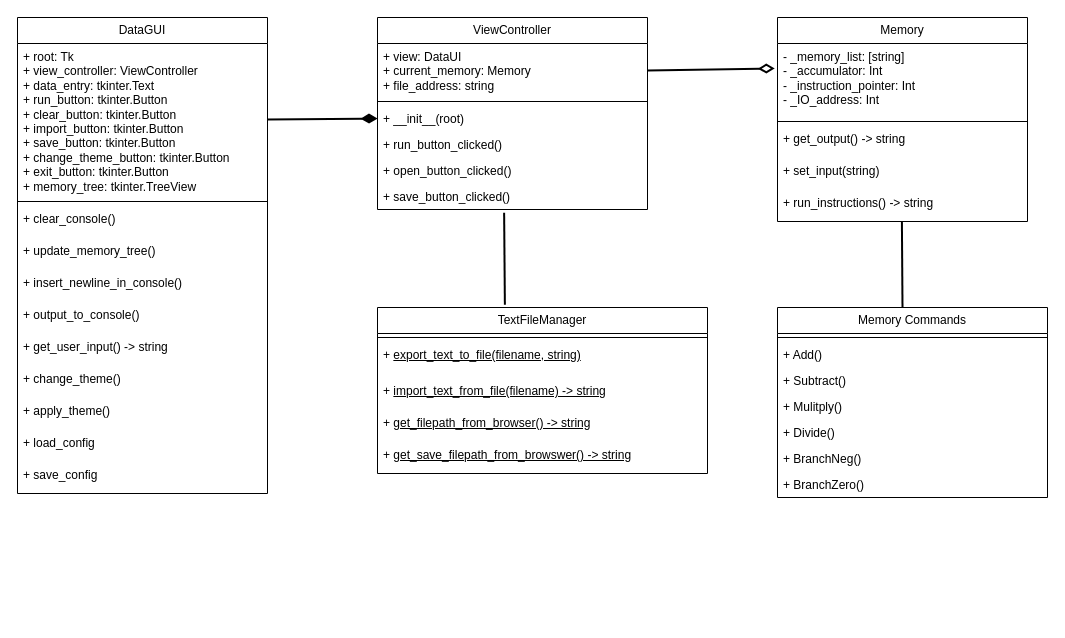
The draw.io diagram docs/wireframes/UML.drawio in Keatongull/GroupProject2450, before the edit. Source tidied: cells renumbered, new cells numbered last; positions are measured from the earlier drawing's top-left corner, leaving out a move shared by most shapes. Both pictures are drawn from the tidied source at 100%, with x=0, y=0 at pixel (17, 17).
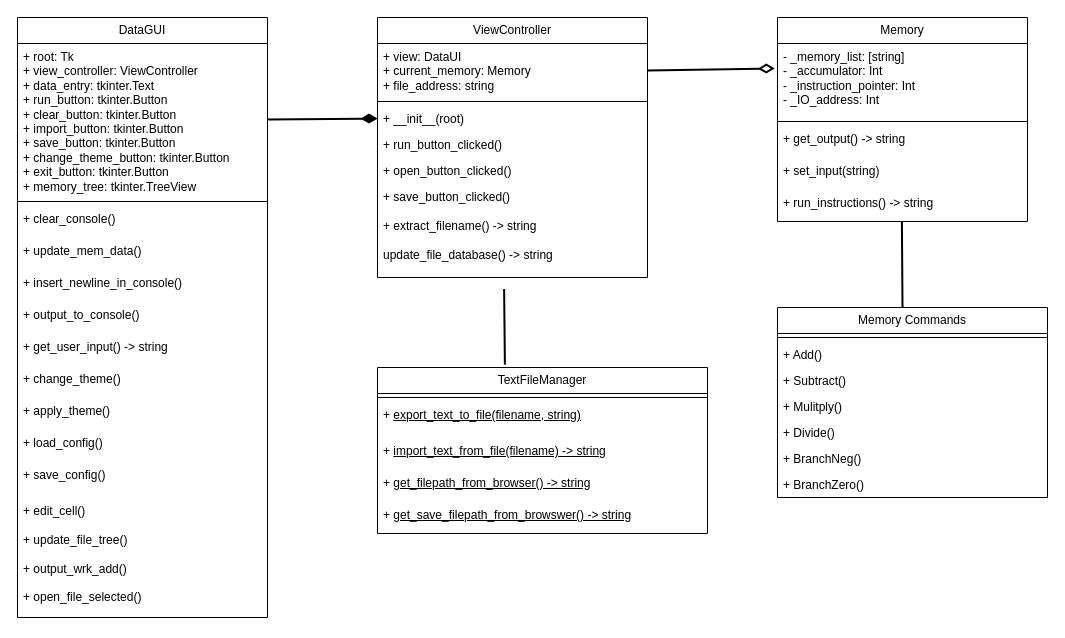
After the change.

Commit message:
added new gui functions

Change to the diagram source:
```diff
@@
     <mxCell id="8" value="ViewController" style="swimlane;fontStyle=0;horizontal=1;startSize=26;fillColor=none;whiteSpace=wrap;html=1;" parent="1" vertex="1">
-      <mxGeometry x="360" width="270" height="192" as="geometry" />
+      <mxGeometry x="360" width="270" height="260" as="geometry" />
     </mxCell>
@@
-    <mxCell id="14" value="+ save_button_clicked()" style="text;strokeColor=none;fillColor=none;align=left;verticalAlign=top;spacingLeft=4;spacingRight=4;overflow=hidden;points=[[0,0.5],[1,0.5]];portConstraint=eastwest;whiteSpace=wrap;html=1;" parent="8" vertex="1">
-      <mxGeometry y="166" width="270" height="26" as="geometry" />
+    <mxCell id="14" value="+ save_button_clicked()&lt;br&gt;&lt;br&gt;+ extract_filename() -&amp;gt; string&lt;br&gt;&lt;br&gt;update_file_database() -&amp;gt; string" style="text;strokeColor=none;fillColor=none;align=left;verticalAlign=top;spacingLeft=4;spacingRight=4;overflow=hidden;points=[[0,0.5],[1,0.5]];portConstraint=eastwest;whiteSpace=wrap;html=1;" parent="8" vertex="1">
+      <mxGeometry y="166" width="270" height="94" as="geometry" />
     </mxCell>
     <mxCell id="15" value="DataGUI" style="swimlane;fontStyle=0;horizontal=1;startSize=26;fillColor=none;whiteSpace=wrap;html=1;" parent="1" vertex="1">
-      <mxGeometry width="250" height="476" as="geometry" />
+      <mxGeometry width="250" height="600" as="geometry" />
     </mxCell>
@@
-    <mxCell id="19" value="+ update_memory_tree()" style="text;strokeColor=none;fillColor=none;align=left;verticalAlign=top;spacingLeft=4;spacingRight=4;overflow=hidden;whiteSpace=wrap;html=1;" parent="15" vertex="1">
+    <mxCell id="19" value="+ update_mem_data()" style="text;strokeColor=none;fillColor=none;align=left;verticalAlign=top;spacingLeft=4;spacingRight=4;overflow=hidden;whiteSpace=wrap;html=1;" parent="15" vertex="1">
       <mxGeometry y="220" width="250" height="32" as="geometry" />
     </mxCell>
@@
-    <mxCell id="25" value="+ load_config" style="text;strokeColor=none;fillColor=none;align=left;verticalAlign=top;spacingLeft=4;spacingRight=4;overflow=hidden;whiteSpace=wrap;html=1;" parent="15" vertex="1">
+    <mxCell id="25" value="+ load_config()" style="text;strokeColor=none;fillColor=none;align=left;verticalAlign=top;spacingLeft=4;spacingRight=4;overflow=hidden;whiteSpace=wrap;html=1;" parent="15" vertex="1">
       <mxGeometry y="412" width="250" height="32" as="geometry" />
     </mxCell>
-    <mxCell id="26" value="+ save_config" style="text;strokeColor=none;fillColor=none;align=left;verticalAlign=top;spacingLeft=4;spacingRight=4;overflow=hidden;whiteSpace=wrap;html=1;" parent="15" vertex="1">
-      <mxGeometry y="444" width="250" height="32" as="geometry" />
+    <mxCell id="26" value="+ save_config()" style="text;strokeColor=none;fillColor=none;align=left;verticalAlign=top;spacingLeft=4;spacingRight=4;overflow=hidden;whiteSpace=wrap;html=1;" parent="15" vertex="1">
+      <mxGeometry y="444" width="250" height="36" as="geometry" />
     </mxCell>
+    <mxCell id="45" value="+ edit_cell()&lt;br&gt;&lt;br&gt;+ update_file_tree()&lt;br&gt;&lt;br&gt;+ output_wrk_add()&lt;br&gt;&lt;br&gt;+ open_file_selected()" style="text;strokeColor=none;fillColor=none;align=left;verticalAlign=top;spacingLeft=4;spacingRight=4;overflow=hidden;whiteSpace=wrap;html=1;" parent="15" vertex="1">
+      <mxGeometry y="480" width="250" height="120" as="geometry" />
+    </mxCell>
     <mxCell id="27" value="TextFileManager" style="swimlane;fontStyle=0;horizontal=1;startSize=26;fillColor=none;whiteSpace=wrap;html=1;" parent="1" vertex="1">
-      <mxGeometry x="360" y="290" width="330" height="166" as="geometry" />
+      <mxGeometry x="360" y="350" width="330" height="166" as="geometry" />
     </mxCell>
```
